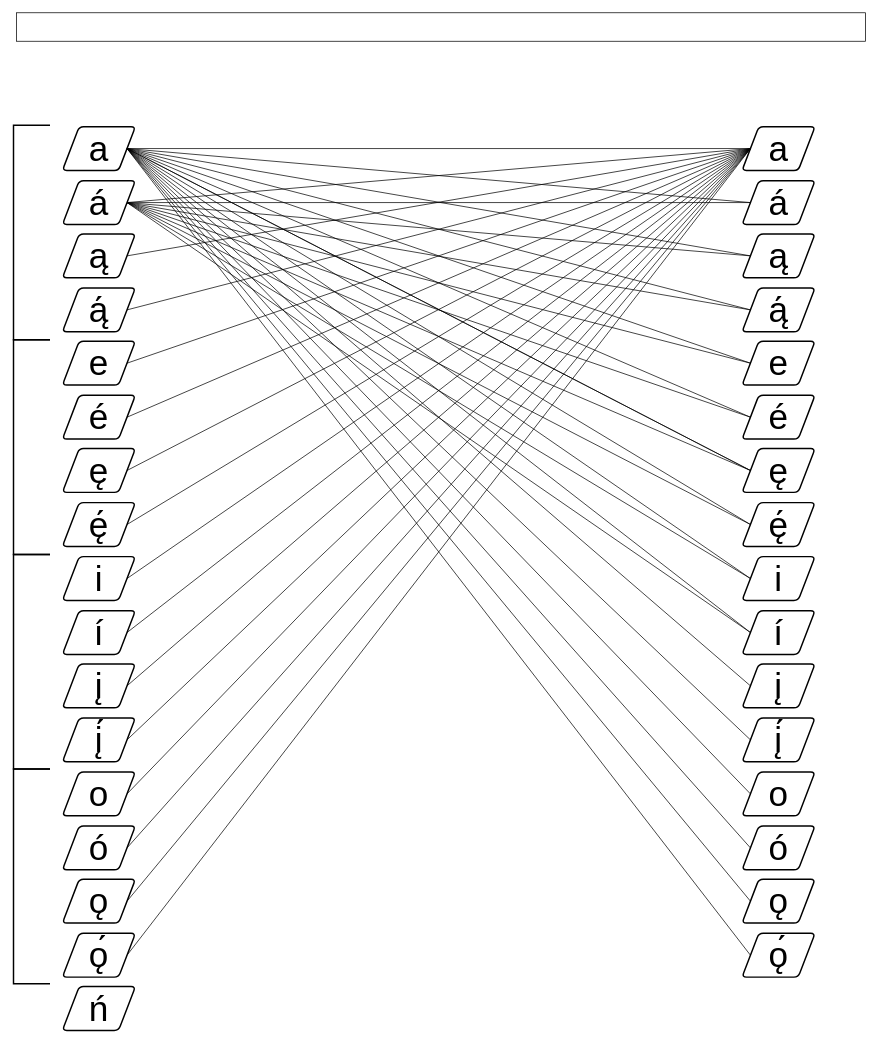
OJB-Quantum/Navaho-Linguistics keeps this draw.io diagram as Associated Diagrams/Navaho Vowel Network.drawio. Above is the earlier version. Source tidied: cells renumbered, new cells numbered last; positions are measured from the earlier drawing's top-left corner, leaving out a move shared by most shapes. Both pictures are drawn from the tidied source at 73%, with x=0, y=0 at pixel (13, 12).
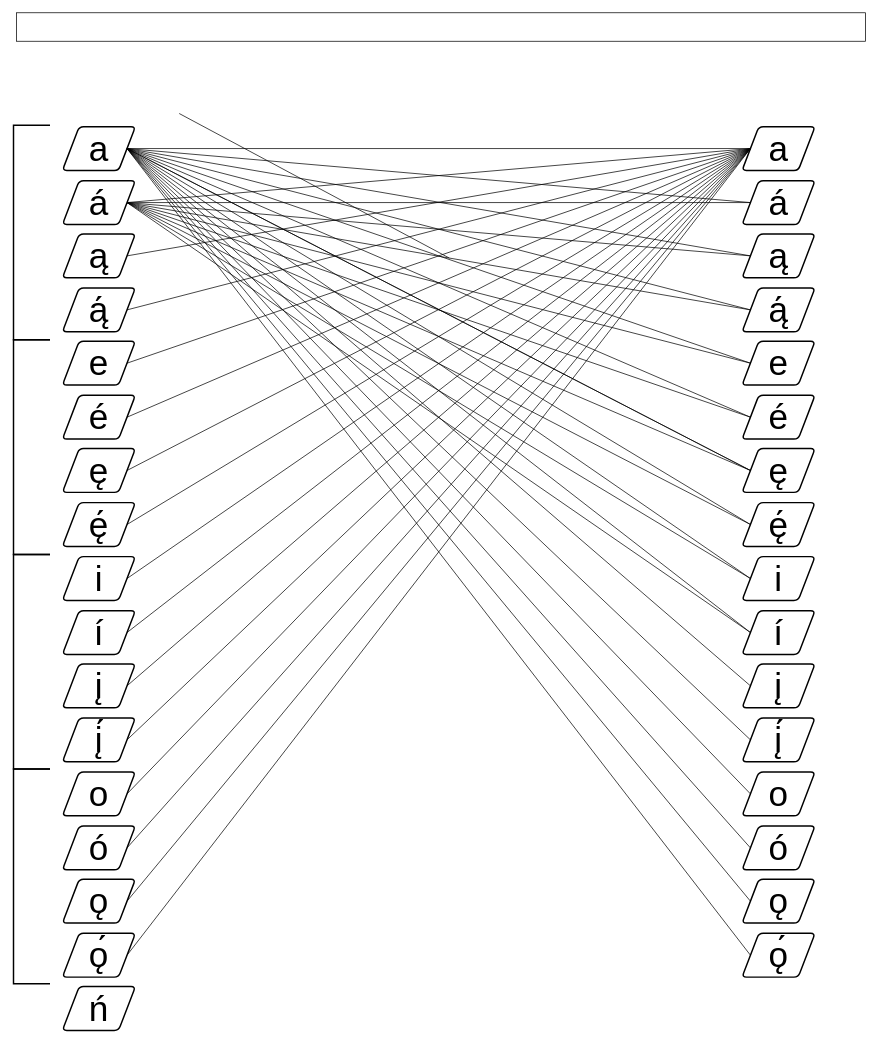
Above is the later version.

The edit, as a diff of the source:
```diff
@@
+    <mxCell id="114" style="endArrow=none;html=1;rounded=0;" parent="1" edge="1">
+      <mxGeometry relative="1" as="geometry">
+        <mxPoint x="227" y="138" as="sourcePoint" />
+        <mxPoint x="597" y="336" as="targetPoint" />
+      </mxGeometry>
+    </mxCell>
```
